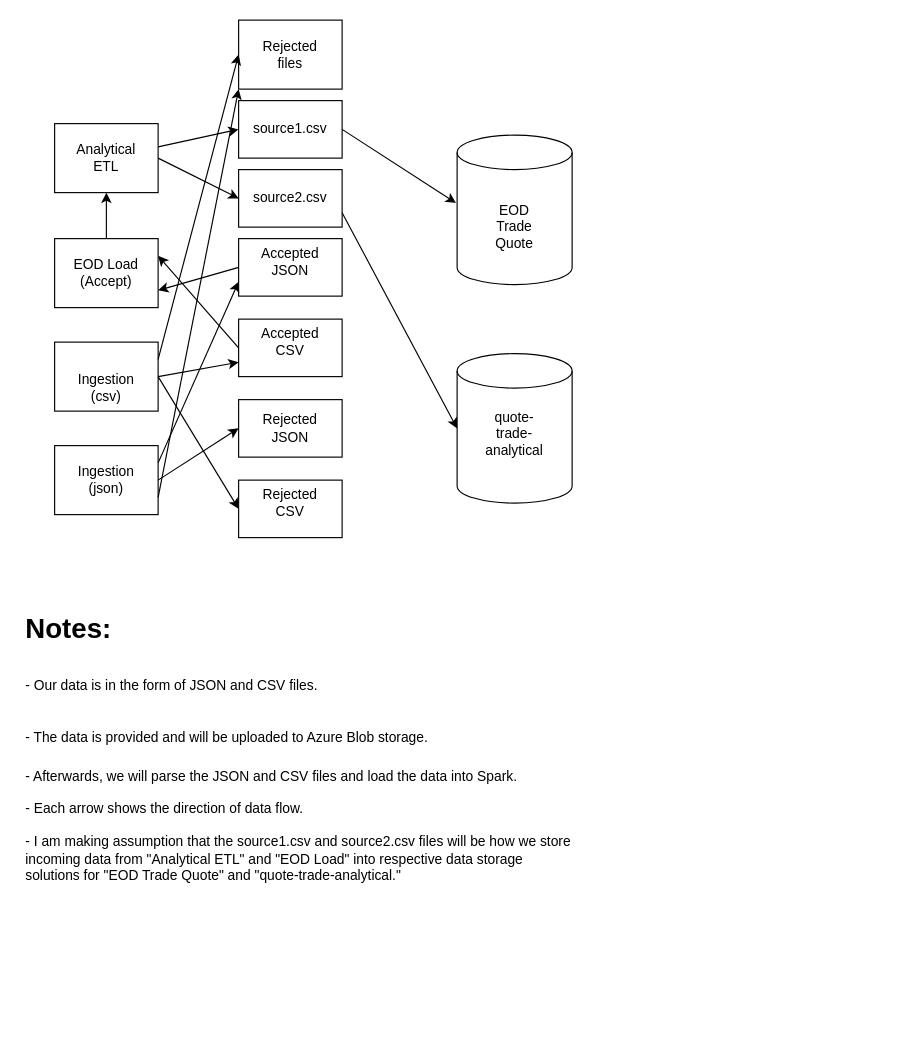
Earlier version of the draw.io diagram Guided_Capstone_Step1.drawio (JamesHizon/Guided_Capstone_Step_1). Source tidied: cells renumbered, new cells numbered last; positions are measured from the earlier drawing's top-left corner, leaving out a move shared by most shapes. Both pictures are drawn from the tidied source at 115%, with x=0, y=0 at pixel (20, 20).
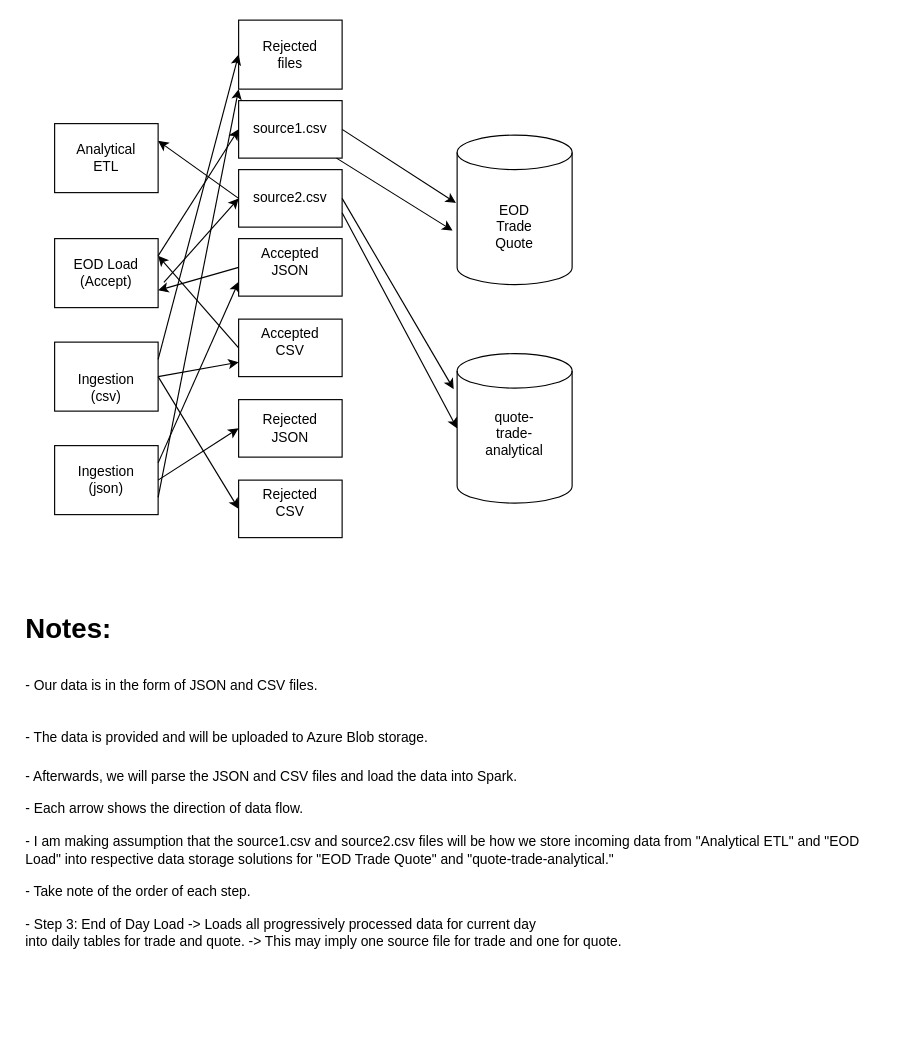
Above is the later version.

The change refers to these unchanged cells:
```xml
<mxCell id="2" style="shape=cylinder3;whiteSpace=wrap;html=1;boundedLbl=1;backgroundOutline=1;size=15;" parent="1" vertex="1">
  <mxGeometry x="380" y="100" width="100" height="130" as="geometry" />
</mxCell>
<mxCell id="13" style="rounded=0;whiteSpace=wrap;html=1;" parent="1" vertex="1">
  <mxGeometry x="30" y="190" width="90" height="60" as="geometry" />
</mxCell>
<mxCell id="14" style="rounded=0;whiteSpace=wrap;html=1;" parent="1" vertex="1">
  <mxGeometry x="30" y="90" width="90" height="60" as="geometry" />
</mxCell>
<mxCell id="21" style="shape=cylinder3;whiteSpace=wrap;html=1;boundedLbl=1;backgroundOutline=1;size=15;" parent="1" vertex="1">
  <mxGeometry x="380" y="290" width="100" height="130" as="geometry" />
</mxCell>
<mxCell id="24" style="rounded=0;whiteSpace=wrap;html=1;" parent="1" vertex="1">
  <mxGeometry x="190" y="130" width="90" height="50" as="geometry" />
</mxCell>
<mxCell id="26" style="rounded=0;whiteSpace=wrap;html=1;" parent="1" vertex="1">
  <mxGeometry x="190" y="70" width="90" height="50" as="geometry" />
</mxCell>
```

Change to the diagram source:
```diff
@@
-    <mxCell id="4" value="&lt;h1&gt;Notes:&lt;/h1&gt;&lt;h1&gt;&lt;span style=&quot;font-size: 12px ; font-weight: normal&quot;&gt;- Our data is in&amp;nbsp;the form of JSON and CSV files.&lt;/span&gt;&lt;/h1&gt;&lt;h1&gt;&lt;span style=&quot;font-size: 12px ; font-weight: normal&quot;&gt;- The data is provided and will be uploaded to Azure Blob storage.&lt;/span&gt;&lt;/h1&gt;&lt;div&gt;- Afterwards, we will parse the JSON and CSV files&amp;nbsp;and load the data into Spark.&lt;/div&gt;&lt;div&gt;&lt;br&gt;&lt;/div&gt;&lt;div&gt;- Each arrow shows the direction of data flow.&lt;/div&gt;&lt;div&gt;&lt;br&gt;&lt;/div&gt;&lt;div&gt;- I am making assumption that the source1.csv and source2.csv files will be how we store incoming data from &quot;Analytical ETL&quot; and &quot;EOD Load&quot; into respective data storage solutions for &quot;EOD Trade Quote&quot; and &quot;quote-trade-analytical.&quot;&lt;/div&gt;&lt;div&gt;&lt;br&gt;&lt;/div&gt;" style="text;html=1;strokeColor=none;fillColor=none;spacing=5;spacingTop=-20;whiteSpace=wrap;overflow=hidden;rounded=0;" parent="1" vertex="1">
-      <mxGeometry y="510" width="490" height="260" as="geometry" />
+    <mxCell id="4" value="&lt;h1&gt;Notes:&lt;/h1&gt;&lt;h1&gt;&lt;span style=&quot;font-size: 12px ; font-weight: normal&quot;&gt;- Our data is in&amp;nbsp;the form of JSON and CSV files.&lt;/span&gt;&lt;/h1&gt;&lt;h1&gt;&lt;span style=&quot;font-size: 12px ; font-weight: normal&quot;&gt;- The data is provided and will be uploaded to Azure Blob storage.&lt;/span&gt;&lt;/h1&gt;&lt;div&gt;- Afterwards, we will parse the JSON and CSV files&amp;nbsp;and load the data into Spark.&lt;/div&gt;&lt;div&gt;&lt;br&gt;&lt;/div&gt;&lt;div&gt;- Each arrow shows the direction of data flow.&lt;/div&gt;&lt;div&gt;&lt;br&gt;&lt;/div&gt;&lt;div&gt;- I am making assumption that the source1.csv and source2.csv files will be how we store incoming data from &quot;Analytical ETL&quot; and &quot;EOD Load&quot; into respective data storage solutions for &quot;EOD Trade Quote&quot; and &quot;quote-trade-analytical.&quot;&lt;/div&gt;&lt;div&gt;&lt;br&gt;&lt;/div&gt;&lt;div&gt;- Take note of the order of each step.&lt;/div&gt;&lt;div&gt;&lt;br&gt;&lt;/div&gt;&lt;div&gt;- Step 3: End of Day Load -&amp;gt; Loads all progressively processed data for current day&lt;/div&gt;&lt;div&gt;into daily tables for trade and quote. -&amp;gt; This may imply one source file for trade and one for quote.&lt;/div&gt;" style="text;html=1;strokeColor=none;fillColor=none;spacing=5;spacingTop=-20;whiteSpace=wrap;overflow=hidden;rounded=0;" parent="1" vertex="1">
+      <mxGeometry y="510" width="750" height="360" as="geometry" />
     </mxCell>
@@
-    <mxCell id="37" style="endArrow=classic;html=1;exitX=0.5;exitY=0;exitDx=0;exitDy=0;entryX=0.5;entryY=1;entryDx=0;entryDy=0;" parent="1" edge="1" source="13" target="14">
-      <mxGeometry relative="1" as="geometry" />
-    </mxCell>
-    <mxCell id="38" style="endArrow=classic;html=1;entryX=0;entryY=0.5;entryDx=0;entryDy=0;" parent="1" edge="1" source="14" target="26">
+    <mxCell id="38" style="endArrow=classic;html=1;entryX=0;entryY=0.5;entryDx=0;entryDy=0;exitX=1;exitY=0.25;exitDx=0;exitDy=0;" parent="1" edge="1" source="13" target="26">
       <mxGeometry relative="1" as="geometry" />
     </mxCell>
-    <mxCell id="39" style="endArrow=classic;html=1;entryX=0;entryY=0.5;entryDx=0;entryDy=0;exitX=1;exitY=0.5;exitDx=0;exitDy=0;" parent="1" edge="1" source="14" target="24">
+    <mxCell id="39" style="endArrow=classic;html=1;entryX=0;entryY=0.5;entryDx=0;entryDy=0;exitX=1.056;exitY=0.633;exitDx=0;exitDy=0;exitPerimeter=0;" parent="1" edge="1" source="13" target="24">
       <mxGeometry relative="1" as="geometry" />
     </mxCell>
@@
+    <mxCell id="42" style="endArrow=classic;html=1;exitX=0;exitY=0.5;exitDx=0;exitDy=0;entryX=1;entryY=0.25;entryDx=0;entryDy=0;" parent="1" edge="1" source="24" target="14">
+      <mxGeometry relative="1" as="geometry" />
+    </mxCell>
+    <mxCell id="43" style="endArrow=classic;html=1;entryX=-0.04;entryY=0.638;entryDx=0;entryDy=0;entryPerimeter=0;" parent="1" edge="1" source="26" target="2">
+      <mxGeometry relative="1" as="geometry" />
+    </mxCell>
+    <mxCell id="44" style="endArrow=classic;html=1;entryX=-0.03;entryY=0.238;entryDx=0;entryDy=0;entryPerimeter=0;exitX=1;exitY=0.5;exitDx=0;exitDy=0;" parent="1" edge="1" source="24" target="21">
+      <mxGeometry relative="1" as="geometry" />
+    </mxCell>
```
